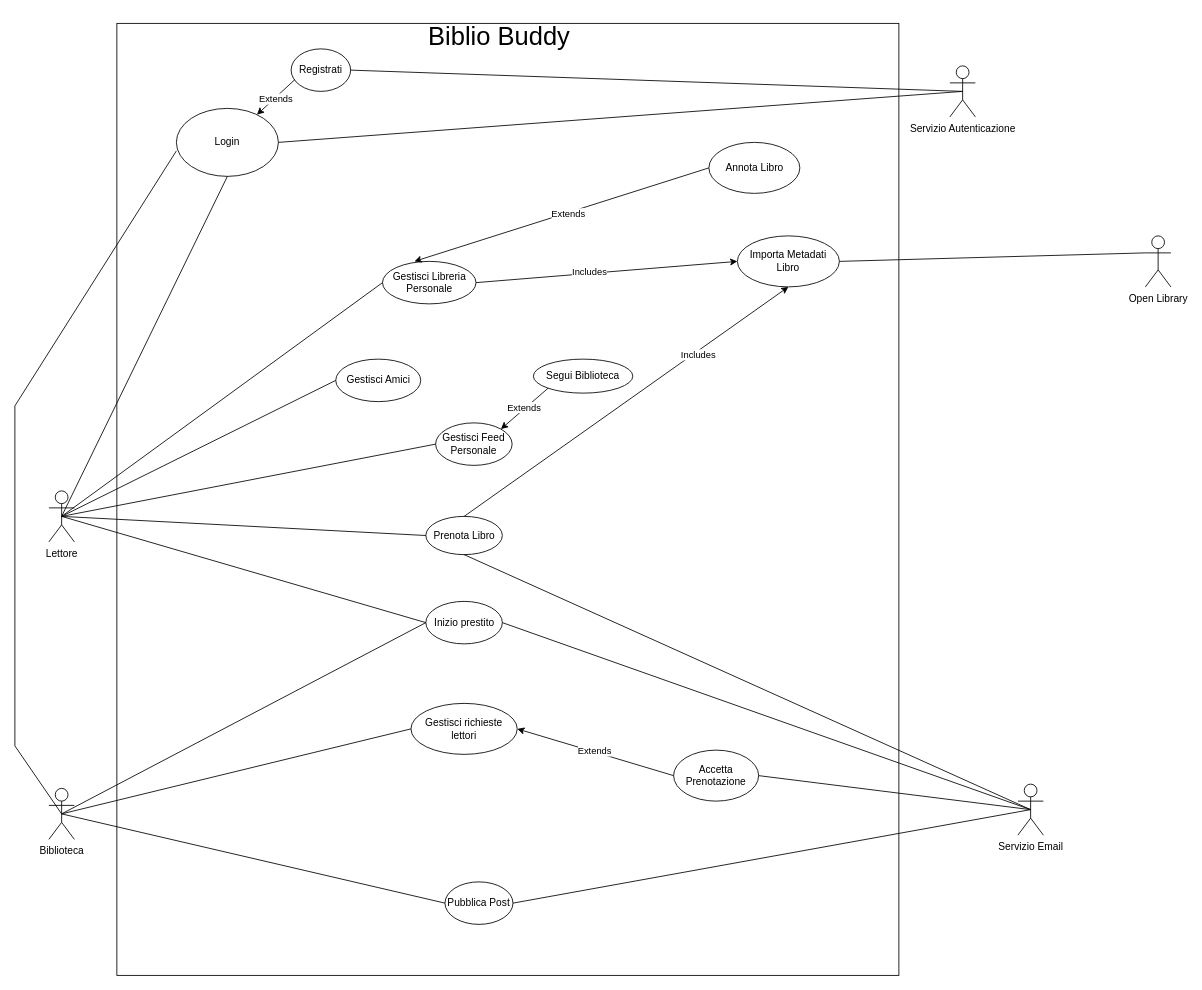
The draw.io diagram page "UC Diagram Attuale" (1 of 2) of Elaborati Progettazione/Casi d'uso/Diagrammi/Diagramma casi d'uso.drawio in Tom-n7/progettoMurakami, before the edit. Source tidied: cells renumbered, new cells numbered last; positions are measured from the earlier drawing's top-left corner, leaving out a move shared by most shapes. Both pictures are drawn from the tidied source at 85%, with x=0, y=0 at pixel (14, 14).
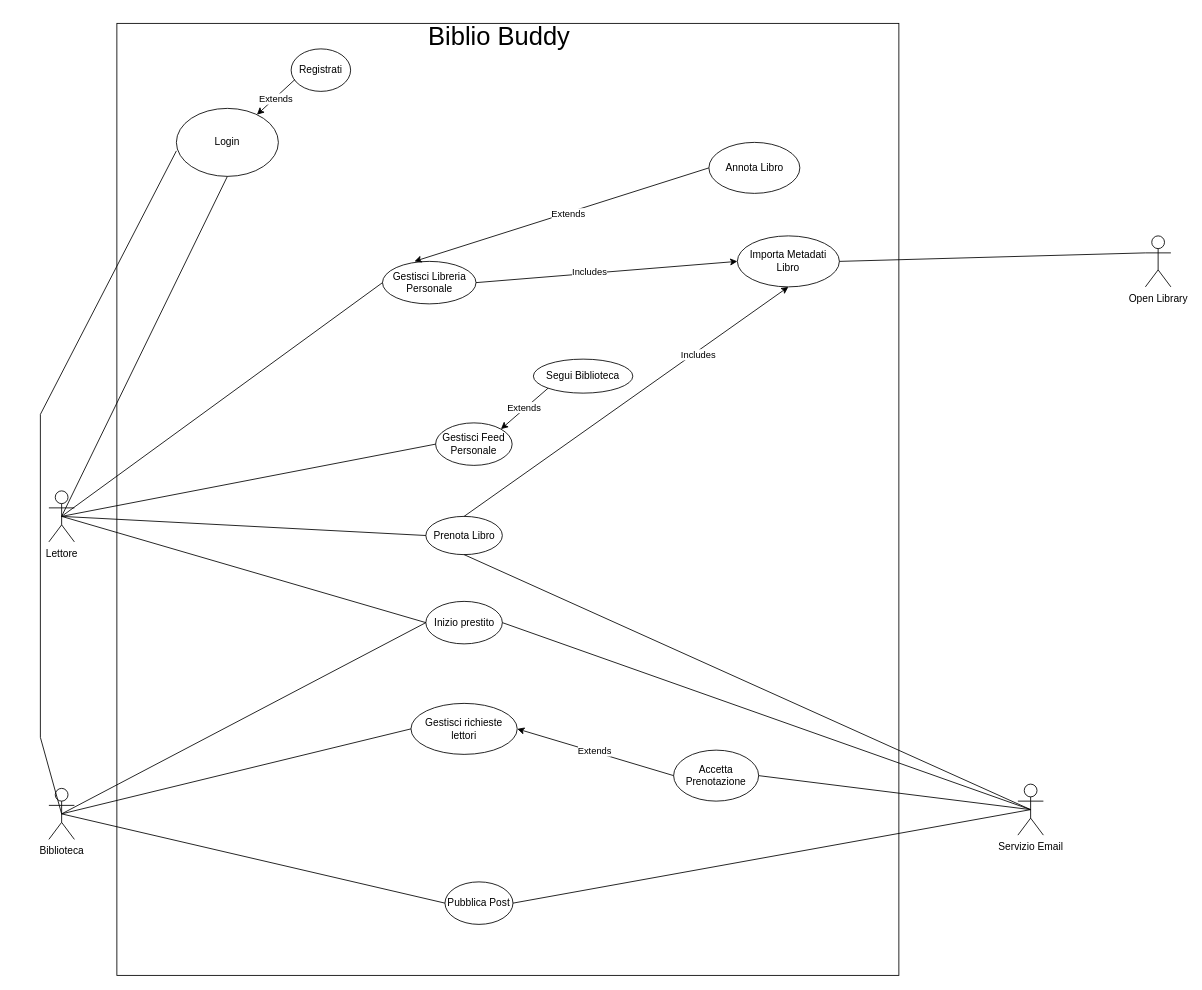
Above is the later version.

The change refers to these unchanged cells:
```xml
<mxCell id="3" value="&lt;div&gt;Lettore&lt;/div&gt;&lt;div&gt;&lt;br&gt;&lt;/div&gt;" style="shape=umlActor;verticalLabelPosition=bottom;verticalAlign=top;html=1;outlineConnect=0;" parent="1" vertex="1">
  <mxGeometry x="40" y="560" width="30" height="60" as="geometry" />
</mxCell>
<mxCell id="5" value="Biblioteca" style="shape=umlActor;verticalLabelPosition=bottom;verticalAlign=top;html=1;outlineConnect=0;" parent="1" vertex="1">
  <mxGeometry x="40" y="910" width="30" height="60" as="geometry" />
</mxCell>
<mxCell id="17" value="Login" style="ellipse;whiteSpace=wrap;html=1;" parent="1" vertex="1">
  <mxGeometry x="190" y="110" width="120" height="80" as="geometry" />
</mxCell>
<mxCell id="20" value="Registrati" style="ellipse;whiteSpace=wrap;html=1;" parent="1" vertex="1">
  <mxGeometry x="325" y="40" width="70" height="50" as="geometry" />
</mxCell>
```

Diff of the diagram source:
```diff
@@
-    <mxCell id="10" value="Gestisci Amici" style="ellipse;whiteSpace=wrap;html=1;" parent="1" vertex="1">
-      <mxGeometry x="377.5" y="405" width="100" height="50" as="geometry" />
-    </mxCell>
@@
     <mxCell id="19" style="endArrow=none;html=1;rounded=0;entryX=0;entryY=0.625;entryDx=0;entryDy=0;entryPerimeter=0;exitX=0.5;exitY=0.5;exitDx=0;exitDy=0;exitPerimeter=0;" parent="1" edge="1" source="5" target="17">
       <mxGeometry relative="1" as="geometry">
         <Array as="points">
-          <mxPoint y="860" />
-          <mxPoint y="460" />
+          <mxPoint x="30" y="850" />
+          <mxPoint x="30" y="470" />
         </Array>
       </mxGeometry>
     </mxCell>
@@
-    <mxCell id="27" style="endArrow=none;html=1;rounded=0;exitX=0.5;exitY=0.5;exitDx=0;exitDy=0;exitPerimeter=0;entryX=0;entryY=0.5;entryDx=0;entryDy=0;" parent="1" edge="1" source="3" target="10">
-      <mxGeometry relative="1" as="geometry" />
-    </mxCell>
@@
-    <mxCell id="44" value="Servizio Autenticazione" style="shape=umlActor;verticalLabelPosition=bottom;verticalAlign=top;html=1;outlineConnect=0;" parent="1" vertex="1">
-      <mxGeometry x="1100" y="60" width="30" height="60" as="geometry" />
-    </mxCell>
-    <mxCell id="45" style="endArrow=none;html=1;rounded=0;exitX=1;exitY=0.5;exitDx=0;exitDy=0;entryX=0.5;entryY=0.5;entryDx=0;entryDy=0;entryPerimeter=0;" parent="1" edge="1" source="17" target="44">
-      <mxGeometry relative="1" as="geometry" />
-    </mxCell>
-    <mxCell id="46" style="endArrow=none;html=1;rounded=0;exitX=1;exitY=0.5;exitDx=0;exitDy=0;entryX=0.5;entryY=0.5;entryDx=0;entryDy=0;entryPerimeter=0;" parent="1" edge="1" source="20" target="44">
-      <mxGeometry relative="1" as="geometry" />
-    </mxCell>
```
